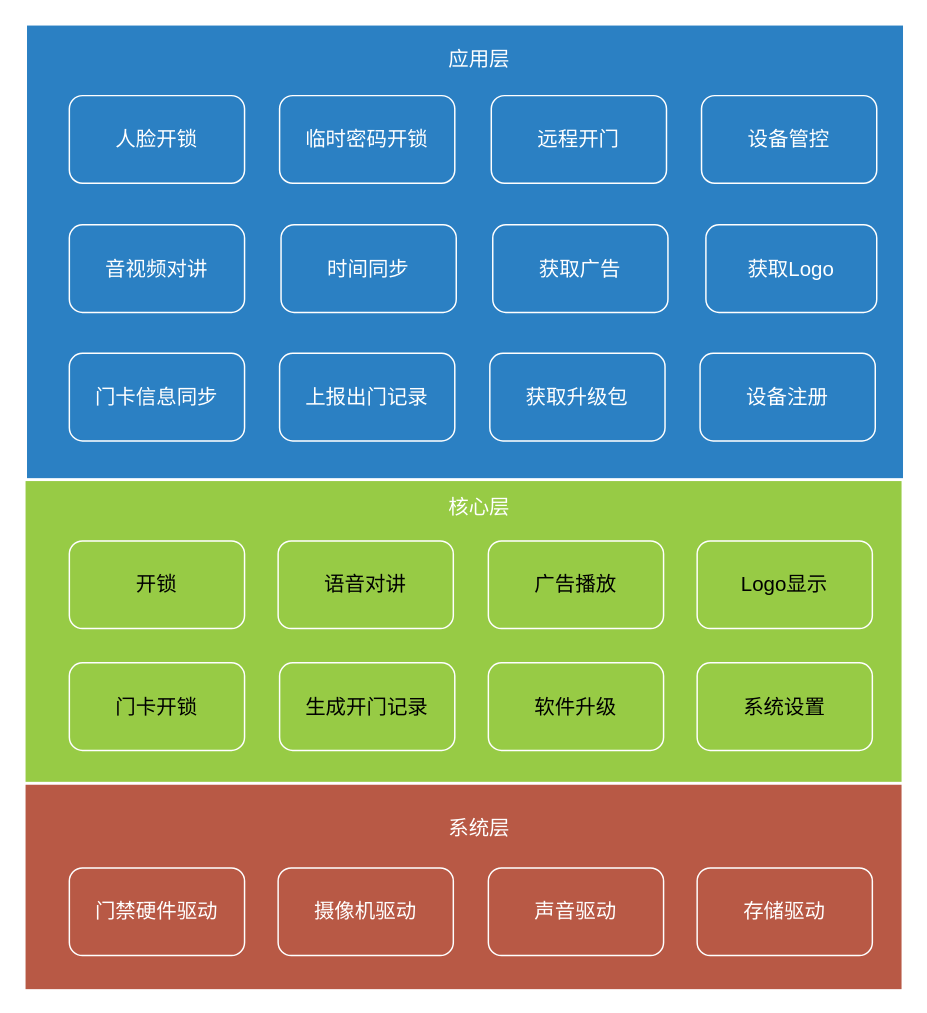
Above: page "Page-2" (2 of 3) of smartdoor.drawio in jeffmacn/myjava (draw.io), before the change. Source tidied: cells renumbered, new cells numbered last; positions are measured from the earlier drawing's top-left corner, leaving out a move shared by most shapes. Both pictures are drawn from the tidied source at 146%, with x=0, y=0 at pixel (25, 25).
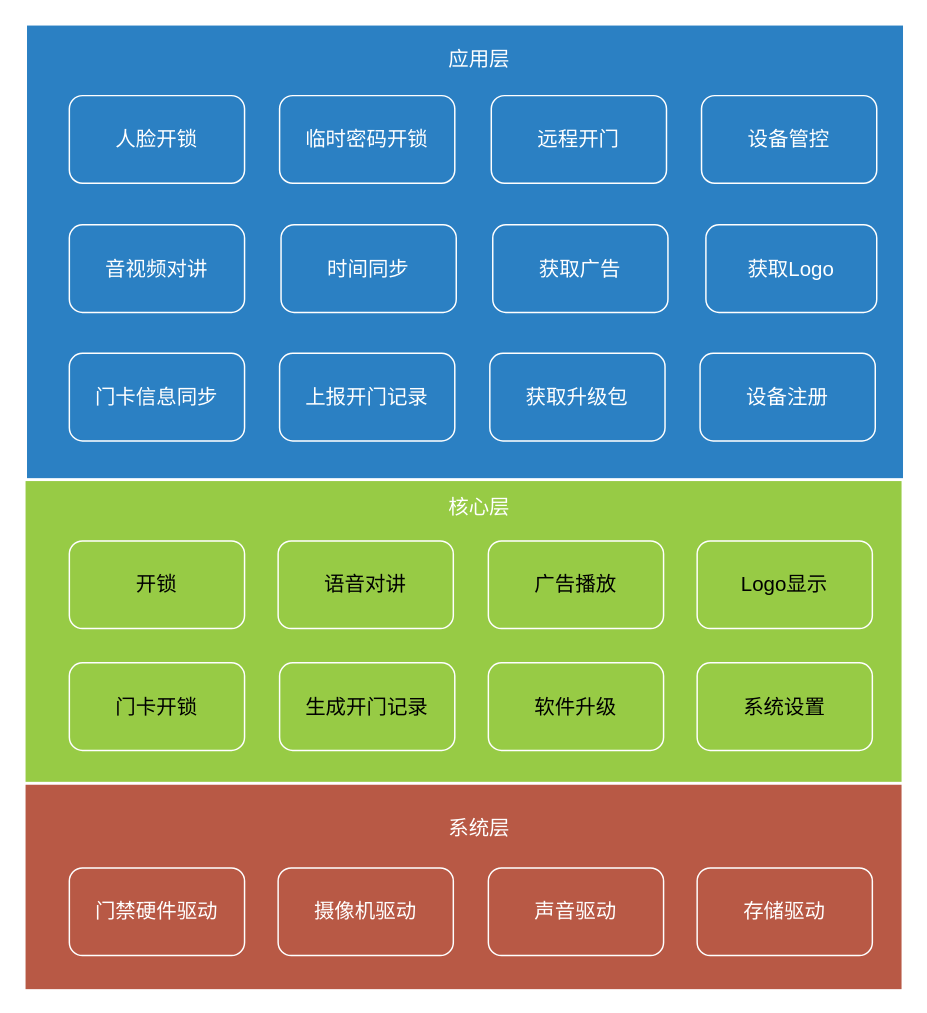
The same page after the edit.

The change refers to these unchanged cells:
```xml
<mxCell id="26" style="group;" parent="1" vertex="1">
  <mxGeometry x="30" y="224.5" width="552" height="60" as="geometry" />
</mxCell>
```

What changed in the source:
```diff
@@
-    <mxCell id="28" value="上报出门记录" style="rounded=1;whiteSpace=wrap;html=1;strokeColor=#FFFFFF;fillColor=none;fontColor=#FFFFFF;fontSize=14;" parent="26" vertex="1">
+    <mxCell id="28" value="上报开门记录" style="rounded=1;whiteSpace=wrap;html=1;strokeColor=#FFFFFF;fillColor=none;fontColor=#FFFFFF;fontSize=14;" parent="26" vertex="1">
       <mxGeometry x="144" width="120" height="60" as="geometry" />
     </mxCell>
```
